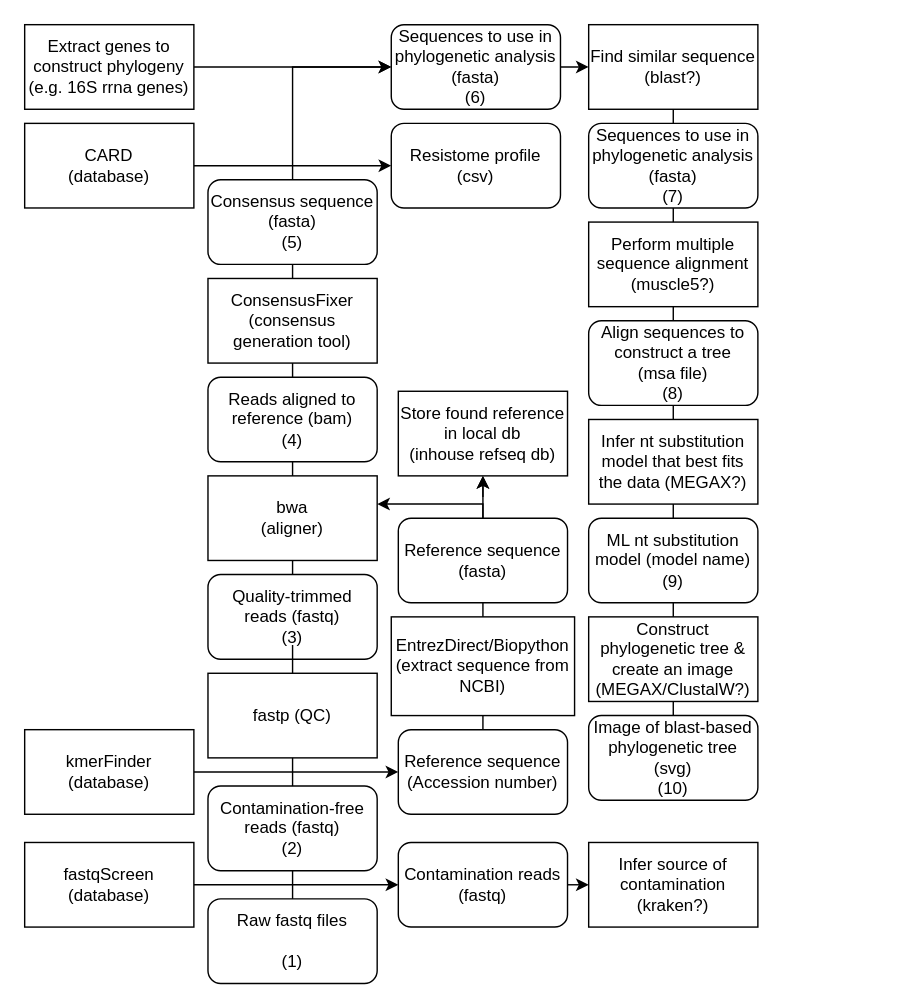
The draw.io diagram Updated_Workflow_Draft.drawio in NMRL/Ardetype, before the edit. Source tidied: cells renumbered, new cells numbered last; positions are measured from the earlier drawing's top-left corner, leaving out a move shared by most shapes. Both pictures are drawn from the tidied source at 141%, with x=0, y=0 at pixel (24, 24).
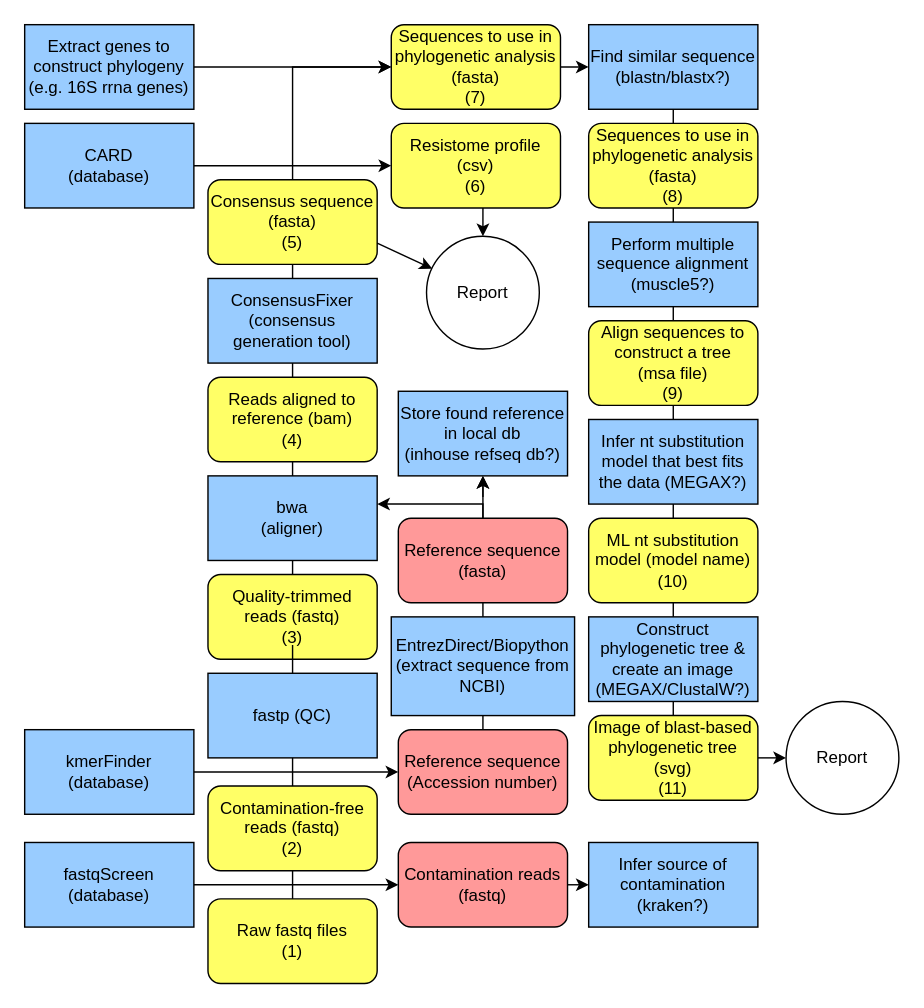
The same page after the edit.

The edit, as a diff of the source:
```diff
@@
-    <mxCell id="3" value="kmerFinder (database)" style="rounded=0;whiteSpace=wrap;html=1;" parent="1" vertex="1">
+    <mxCell id="3" value="kmerFinder (database)" style="rounded=0;whiteSpace=wrap;html=1;fillColor=#99CCFF;" parent="1" vertex="1">
       <mxGeometry y="500" width="120" height="60" as="geometry" />
     </mxCell>
@@
-    <mxCell id="5" value="fastqScreen (database)" style="rounded=0;whiteSpace=wrap;html=1;" parent="1" vertex="1">
+    <mxCell id="5" value="fastqScreen (database)" style="rounded=0;whiteSpace=wrap;html=1;fillColor=#99CCFF;" parent="1" vertex="1">
       <mxGeometry y="580" width="120" height="60" as="geometry" />
     </mxCell>
-    <mxCell id="6" value="&lt;div&gt;Raw fastq files&lt;br&gt;&lt;/div&gt;&lt;div&gt;&lt;br&gt;&lt;/div&gt;&lt;div&gt;(1)&lt;br&gt;&lt;/div&gt;" style="rounded=1;whiteSpace=wrap;html=1;" parent="1" vertex="1">
+    <mxCell id="6" value="&lt;div&gt;Raw fastq files&lt;br&gt;&lt;/div&gt;&lt;div&gt;(1)&lt;br&gt;&lt;/div&gt;" style="rounded=1;whiteSpace=wrap;html=1;fillColor=#FFFF66;strokeColor=#000000;" parent="1" vertex="1">
       <mxGeometry x="130" y="620" width="120" height="60" as="geometry" />
     </mxCell>
@@
-    <mxCell id="10" value="&lt;div&gt;Contamination reads&lt;/div&gt;&lt;div&gt;(fastq)&lt;br&gt;&lt;/div&gt;" style="rounded=1;whiteSpace=wrap;html=1;" parent="1" vertex="1">
+    <mxCell id="10" value="&lt;div&gt;Contamination reads&lt;/div&gt;&lt;div&gt;(fastq)&lt;br&gt;&lt;/div&gt;" style="rounded=1;whiteSpace=wrap;html=1;fillColor=#FF9999;strokeColor=#000000;" parent="1" vertex="1">
       <mxGeometry x="265" y="580" width="120" height="60" as="geometry" />
     </mxCell>
-    <mxCell id="11" value="&lt;div&gt;Reference sequence&lt;/div&gt;&lt;div&gt;(Accession number)&lt;br&gt;&lt;/div&gt;" style="rounded=1;whiteSpace=wrap;html=1;" parent="1" vertex="1">
+    <mxCell id="11" value="&lt;div&gt;Reference sequence&lt;/div&gt;&lt;div&gt;(Accession number)&lt;br&gt;&lt;/div&gt;" style="rounded=1;whiteSpace=wrap;html=1;fillColor=#FF9999;strokeColor=#000000;" parent="1" vertex="1">
       <mxGeometry x="265" y="500" width="120" height="60" as="geometry" />
     </mxCell>
-    <mxCell id="12" value="&lt;div&gt;bwa &lt;br&gt;&lt;/div&gt;&lt;div&gt;(aligner)&lt;/div&gt;" style="rounded=0;whiteSpace=wrap;html=1;" parent="1" vertex="1">
+    <mxCell id="12" value="&lt;div&gt;bwa &lt;br&gt;&lt;/div&gt;&lt;div&gt;(aligner)&lt;/div&gt;" style="rounded=0;whiteSpace=wrap;html=1;fillColor=#99CCFF;" parent="1" vertex="1">
       <mxGeometry x="130" y="320" width="120" height="60" as="geometry" />
     </mxCell>
-    <mxCell id="13" value="&lt;div&gt;ConsensusFixer&lt;/div&gt;&lt;div&gt;(consensus generation tool)&lt;br&gt;&lt;/div&gt;" style="rounded=0;whiteSpace=wrap;html=1;" parent="1" vertex="1">
+    <mxCell id="13" value="&lt;div&gt;ConsensusFixer&lt;/div&gt;&lt;div&gt;(consensus generation tool)&lt;br&gt;&lt;/div&gt;" style="rounded=0;whiteSpace=wrap;html=1;fillColor=#99CCFF;" parent="1" vertex="1">
       <mxGeometry x="130" y="180" width="120" height="60" as="geometry" />
     </mxCell>
-    <mxCell id="14" value="&lt;div&gt;Contamination-free reads (fastq)&lt;/div&gt;&lt;div&gt;(2)&lt;/div&gt;" style="rounded=1;whiteSpace=wrap;html=1;" parent="1" vertex="1">
+    <mxCell id="14" value="&lt;div&gt;Contamination-free reads (fastq)&lt;/div&gt;&lt;div&gt;(2)&lt;/div&gt;" style="rounded=1;whiteSpace=wrap;html=1;fillColor=#FFFF66;strokeColor=#000000;" parent="1" vertex="1">
       <mxGeometry x="130" y="540" width="120" height="60" as="geometry" />
     </mxCell>
@@
-    <mxCell id="16" value="&lt;div&gt;Quality-trimmed reads (fastq)&lt;/div&gt;&lt;div&gt;(3)&lt;/div&gt;" style="rounded=1;whiteSpace=wrap;html=1;" parent="1" vertex="1">
+    <mxCell id="16" value="&lt;div&gt;Quality-trimmed reads (fastq)&lt;/div&gt;&lt;div&gt;(3)&lt;/div&gt;" style="rounded=1;whiteSpace=wrap;html=1;fillColor=#FFFF66;strokeColor=#000000;" parent="1" vertex="1">
       <mxGeometry x="130" y="390" width="120" height="60" as="geometry" />
     </mxCell>
@@
-    <mxCell id="18" value="fastp (QC)" style="rounded=0;whiteSpace=wrap;html=1;" parent="1" vertex="1">
+    <mxCell id="18" value="fastp (QC)" style="rounded=0;whiteSpace=wrap;html=1;fillColor=#99CCFF;" parent="1" vertex="1">
       <mxGeometry x="130" y="460" width="120" height="60" as="geometry" />
     </mxCell>
@@
-    <mxCell id="20" value="&lt;div&gt;Reads aligned to reference (bam)&lt;/div&gt;&lt;div&gt;(4)&lt;br&gt;&lt;/div&gt;" style="rounded=1;whiteSpace=wrap;html=1;" parent="1" vertex="1">
+    <mxCell id="20" value="&lt;div&gt;Reads aligned to reference (bam)&lt;/div&gt;&lt;div&gt;(4)&lt;br&gt;&lt;/div&gt;" style="rounded=1;whiteSpace=wrap;html=1;fillColor=#FFFF66;strokeColor=#000000;" parent="1" vertex="1">
       <mxGeometry x="130" y="250" width="120" height="60" as="geometry" />
     </mxCell>
-    <mxCell id="21" value="&lt;div&gt;Consensus sequence&lt;/div&gt;&lt;div&gt;(fasta)&lt;/div&gt;&lt;div&gt;(5)&lt;/div&gt;" style="rounded=1;whiteSpace=wrap;html=1;" parent="1" vertex="1">
+    <mxCell id="21" value="&lt;div&gt;Consensus sequence&lt;/div&gt;&lt;div&gt;(fasta)&lt;/div&gt;&lt;div&gt;(5)&lt;/div&gt;" style="rounded=1;whiteSpace=wrap;html=1;fillColor=#FFFF66;strokeColor=#000000;" parent="1" vertex="1">
       <mxGeometry x="130" y="110" width="120" height="60" as="geometry" />
     </mxCell>
@@
-    <mxCell id="23" value="&lt;div&gt;CARD &lt;br&gt;&lt;/div&gt;&lt;div&gt;(database)&lt;/div&gt;" style="rounded=0;whiteSpace=wrap;html=1;" parent="1" vertex="1">
+    <mxCell id="23" value="&lt;div&gt;CARD &lt;br&gt;&lt;/div&gt;&lt;div&gt;(database)&lt;/div&gt;" style="rounded=0;whiteSpace=wrap;html=1;fillColor=#99CCFF;" parent="1" vertex="1">
       <mxGeometry y="70" width="120" height="60" as="geometry" />
     </mxCell>
-    <mxCell id="24" value="&lt;div&gt;Resistome profile&lt;/div&gt;&lt;div&gt;(csv)&lt;br&gt;&lt;/div&gt;" style="rounded=1;whiteSpace=wrap;html=1;" parent="1" vertex="1">
+    <mxCell id="24" value="&lt;div&gt;Resistome profile&lt;/div&gt;&lt;div&gt;(csv)&lt;/div&gt;&lt;div&gt;(6)&lt;br&gt;&lt;/div&gt;" style="rounded=1;whiteSpace=wrap;html=1;strokeColor=#000000;fillColor=#FFFF66;" parent="1" vertex="1">
       <mxGeometry x="260" y="70" width="120" height="60" as="geometry" />
     </mxCell>
@@
-    <mxCell id="26" value="&lt;div&gt;Extract genes to construct phylogeny&lt;/div&gt;&lt;div&gt;(e.g. 16S rrna genes)&lt;br&gt;&lt;/div&gt;" style="rounded=0;whiteSpace=wrap;html=1;" parent="1" vertex="1">
+    <mxCell id="26" value="&lt;div&gt;Extract genes to construct phylogeny&lt;/div&gt;&lt;div&gt;(e.g. 16S rrna genes)&lt;br&gt;&lt;/div&gt;" style="rounded=0;whiteSpace=wrap;html=1;fillColor=#99CCFF;" parent="1" vertex="1">
       <mxGeometry width="120" height="60" as="geometry" />
     </mxCell>
@@
-    <mxCell id="28" value="&lt;div&gt;Sequences to use in phylogenetic analysis&lt;/div&gt;&lt;div&gt;(fasta)&lt;/div&gt;&lt;div&gt;(6)&lt;/div&gt;" style="rounded=1;whiteSpace=wrap;html=1;" parent="1" vertex="1">
+    <mxCell id="28" value="&lt;div&gt;Sequences to use in phylogenetic analysis&lt;/div&gt;&lt;div&gt;(fasta)&lt;/div&gt;&lt;div&gt;(7)&lt;/div&gt;" style="rounded=1;whiteSpace=wrap;html=1;fillColor=#FFFF66;strokeColor=#000000;" parent="1" vertex="1">
       <mxGeometry x="260" width="120" height="60" as="geometry" />
     </mxCell>
@@
-    <mxCell id="30" value="EntrezDirect/Biopython (extract sequence from NCBI)" style="rounded=0;whiteSpace=wrap;html=1;" parent="1" vertex="1">
+    <mxCell id="30" value="EntrezDirect/Biopython (extract sequence from NCBI)" style="rounded=0;whiteSpace=wrap;html=1;fillColor=#99CCFF;" parent="1" vertex="1">
       <mxGeometry x="260" y="420" width="130" height="70" as="geometry" />
     </mxCell>
@@
-    <mxCell id="32" value="&lt;div&gt;Reference sequence&lt;/div&gt;&lt;div&gt;(fasta)&lt;br&gt;&lt;/div&gt;" style="rounded=1;whiteSpace=wrap;html=1;" parent="1" vertex="1">
+    <mxCell id="32" value="&lt;div&gt;Reference sequence&lt;/div&gt;&lt;div&gt;(fasta)&lt;br&gt;&lt;/div&gt;" style="rounded=1;whiteSpace=wrap;html=1;fillColor=#FF9999;strokeColor=#000000;" parent="1" vertex="1">
       <mxGeometry x="265" y="350" width="120" height="60" as="geometry" />
     </mxCell>
@@
-    <mxCell id="34" value="&lt;div&gt;Find similar sequence&lt;/div&gt;&lt;div&gt;(blast?)&lt;br&gt;&lt;/div&gt;" style="rounded=0;whiteSpace=wrap;html=1;" parent="1" vertex="1">
+    <mxCell id="34" value="&lt;div&gt;Find similar sequence&lt;/div&gt;&lt;div&gt;(blastn/blastx?)&lt;br&gt;&lt;/div&gt;" style="rounded=0;whiteSpace=wrap;html=1;fillColor=#99CCFF;" parent="1" vertex="1">
       <mxGeometry x="400" width="120" height="60" as="geometry" />
     </mxCell>
-    <mxCell id="35" value="&lt;div&gt;Sequences to use in phylogenetic analysis&lt;/div&gt;&lt;div&gt;(fasta)&lt;/div&gt;&lt;div&gt;(7)&lt;/div&gt;" style="rounded=1;whiteSpace=wrap;html=1;" parent="1" vertex="1">
+    <mxCell id="35" value="&lt;div&gt;Sequences to use in phylogenetic analysis&lt;/div&gt;&lt;div&gt;(fasta)&lt;/div&gt;&lt;div&gt;(8)&lt;/div&gt;" style="rounded=1;whiteSpace=wrap;html=1;fillColor=#FFFF66;strokeColor=#000000;" parent="1" vertex="1">
       <mxGeometry x="400" y="70" width="120" height="60" as="geometry" />
     </mxCell>
@@
-    <mxCell id="37" value="&lt;div&gt;Perform multiple sequence alignment&lt;/div&gt;&lt;div&gt;(muscle5?)&lt;br&gt;&lt;/div&gt;" style="rounded=0;whiteSpace=wrap;html=1;" parent="1" vertex="1">
+    <mxCell id="37" value="&lt;div&gt;Perform multiple sequence alignment&lt;/div&gt;&lt;div&gt;(muscle5?)&lt;br&gt;&lt;/div&gt;" style="rounded=0;whiteSpace=wrap;html=1;fillColor=#99CCFF;" parent="1" vertex="1">
       <mxGeometry x="400" y="140" width="120" height="60" as="geometry" />
     </mxCell>
-    <mxCell id="38" value="&lt;div&gt;Align sequences to construct a tree&lt;/div&gt;&lt;div&gt;(msa file)&lt;/div&gt;&lt;div&gt;(8)&lt;/div&gt;" style="rounded=1;whiteSpace=wrap;html=1;" parent="1" vertex="1">
+    <mxCell id="38" value="&lt;div&gt;Align sequences to construct a tree&lt;/div&gt;&lt;div&gt;(msa file)&lt;/div&gt;&lt;div&gt;(9)&lt;/div&gt;" style="rounded=1;whiteSpace=wrap;html=1;fillColor=#FFFF66;strokeColor=#000000;" parent="1" vertex="1">
       <mxGeometry x="400" y="210" width="120" height="60" as="geometry" />
     </mxCell>
-    <mxCell id="39" value="Infer nt substitution model that best fits the data (MEGAX?)" style="rounded=0;whiteSpace=wrap;html=1;" parent="1" vertex="1">
+    <mxCell id="39" value="Infer nt substitution model that best fits the data (MEGAX?)" style="rounded=0;whiteSpace=wrap;html=1;fillColor=#99CCFF;" parent="1" vertex="1">
       <mxGeometry x="400" y="280" width="120" height="60" as="geometry" />
     </mxCell>
-    <mxCell id="40" value="&lt;div&gt;ML nt substitution model (model name)&lt;br&gt;&lt;/div&gt;&lt;div&gt;(9)&lt;/div&gt;" style="rounded=1;whiteSpace=wrap;html=1;" parent="1" vertex="1">
+    <mxCell id="40" value="&lt;div&gt;ML nt substitution model (model name)&lt;br&gt;&lt;/div&gt;&lt;div&gt;(10)&lt;/div&gt;" style="rounded=1;whiteSpace=wrap;html=1;fillColor=#FFFF66;strokeColor=#000000;" parent="1" vertex="1">
       <mxGeometry x="400" y="350" width="120" height="60" as="geometry" />
     </mxCell>
-    <mxCell id="41" value="&lt;div&gt;Construct phylogenetic tree &amp;amp; create an image&lt;/div&gt;&lt;div&gt;(MEGAX/ClustalW?)&lt;br&gt;&lt;/div&gt;" style="rounded=0;whiteSpace=wrap;html=1;" parent="1" vertex="1">
+    <mxCell id="41" value="&lt;div&gt;Construct phylogenetic tree &amp;amp; create an image&lt;/div&gt;&lt;div&gt;(MEGAX/ClustalW?)&lt;br&gt;&lt;/div&gt;" style="rounded=0;whiteSpace=wrap;html=1;fillColor=#99CCFF;" parent="1" vertex="1">
       <mxGeometry x="400" y="420" width="120" height="60" as="geometry" />
     </mxCell>
+    <mxCell id="46" style="edgeStyle=none;rounded=0;jettySize=auto;html=1;exitX=1;exitY=0.5;exitDx=0;exitDy=0;" parent="1" edge="1" source="42" target="49">
+      <mxGeometry relative="1" as="geometry" />
+    </mxCell>
-    <mxCell id="42" value="&lt;div&gt;Image of blast-based phylogenetic tree&lt;/div&gt;&lt;div&gt;(svg)&lt;/div&gt;&lt;div&gt;(10)&lt;br&gt;&lt;/div&gt;" style="rounded=1;whiteSpace=wrap;html=1;" parent="1" vertex="1">
+    <mxCell id="42" value="&lt;div&gt;Image of blast-based phylogenetic tree&lt;/div&gt;&lt;div&gt;(svg)&lt;/div&gt;&lt;div&gt;(11)&lt;br&gt;&lt;/div&gt;" style="rounded=1;whiteSpace=wrap;html=1;fillColor=#FFFF66;strokeColor=#000000;" parent="1" vertex="1">
       <mxGeometry x="400" y="490" width="120" height="60" as="geometry" />
     </mxCell>
-    <mxCell id="43" value="&lt;div&gt;Store found reference in local db&lt;/div&gt;&lt;div&gt;(inhouse refseq db)&lt;br&gt;&lt;/div&gt;" style="rounded=0;whiteSpace=wrap;html=1;" parent="1" vertex="1">
+    <mxCell id="43" value="&lt;div&gt;Store found reference in local db&lt;/div&gt;&lt;div&gt;(inhouse refseq db?)&lt;br&gt;&lt;/div&gt;" style="rounded=0;whiteSpace=wrap;html=1;fillColor=#99CCFF;" parent="1" vertex="1">
       <mxGeometry x="265" y="260" width="120" height="60" as="geometry" />
     </mxCell>
-    <mxCell id="44" value="&lt;div&gt;Infer source of contamination&lt;/div&gt;&lt;div&gt;(kraken?)&lt;br&gt;&lt;/div&gt;" style="rounded=0;whiteSpace=wrap;html=1;" parent="1" vertex="1">
+    <mxCell id="44" value="&lt;div&gt;Infer source of contamination&lt;/div&gt;&lt;div&gt;(kraken?)&lt;br&gt;&lt;/div&gt;" style="rounded=0;whiteSpace=wrap;html=1;fillColor=#99CCFF;" parent="1" vertex="1">
       <mxGeometry x="400" y="580" width="120" height="60" as="geometry" />
     </mxCell>
@@
+    <mxCell id="47" value="Report" style="ellipse;whiteSpace=wrap;html=1;" parent="1" vertex="1">
+      <mxGeometry x="285" y="150" width="80" height="80" as="geometry" />
+    </mxCell>
+    <mxCell id="48" style="endArrow=classic;html=1;rounded=0;entryX=0.5;entryY=0;entryDx=0;entryDy=0;" parent="1" edge="1" target="47">
+      <mxGeometry relative="1" as="geometry">
+        <mxPoint x="325" y="130" as="sourcePoint" />
+      </mxGeometry>
+    </mxCell>
+    <mxCell id="49" value="Report" style="ellipse;whiteSpace=wrap;html=1;" parent="1" vertex="1">
+      <mxGeometry x="540" y="480" width="80" height="80" as="geometry" />
+    </mxCell>
+    <mxCell id="50" style="endArrow=classic;html=1;rounded=0;exitX=1;exitY=0.75;exitDx=0;exitDy=0;" parent="1" edge="1" source="21">
+      <mxGeometry relative="1" as="geometry">
+        <mxPoint x="289" y="173" as="targetPoint" />
+      </mxGeometry>
+    </mxCell>
```
